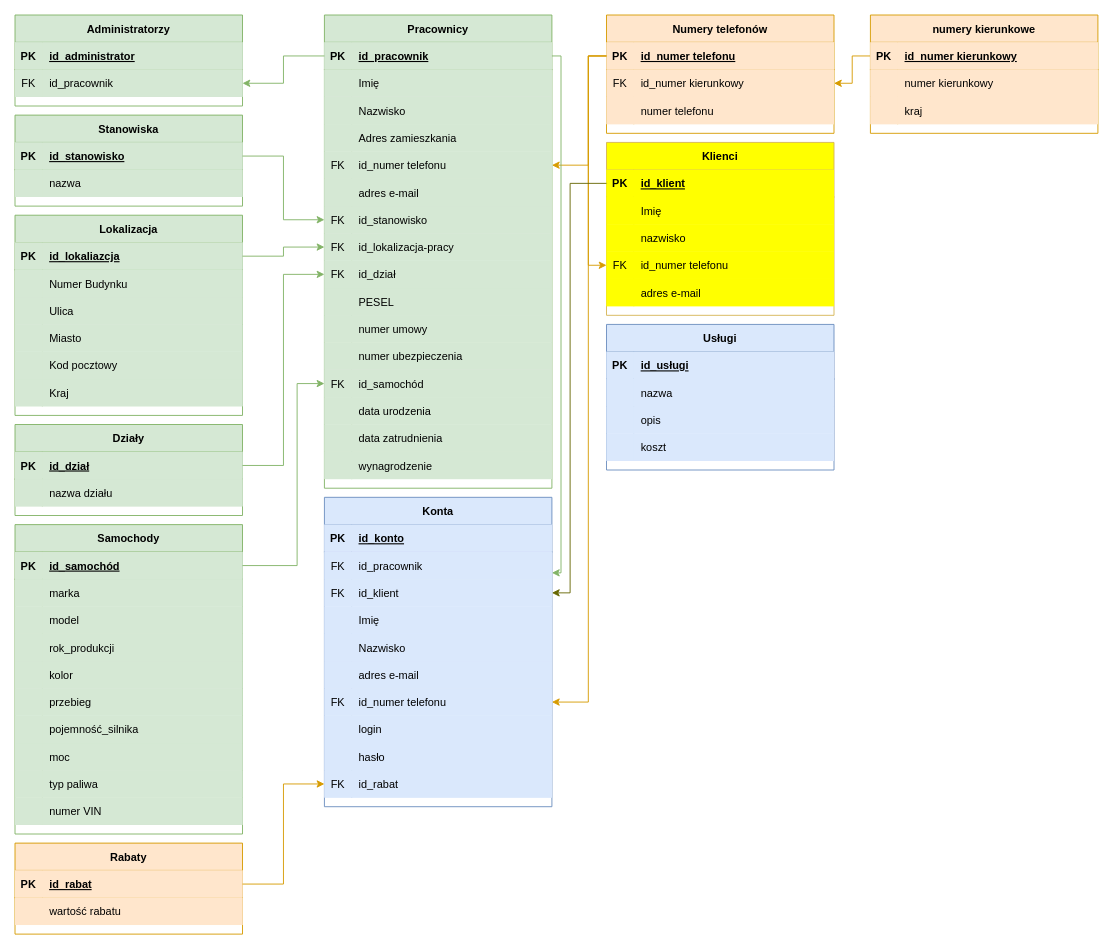
Above: SecurIT.drawio in mostekd/secur-it (draw.io), before the change. Source tidied: cells renumbered, new cells numbered last; positions are measured from the earlier drawing's top-left corner, leaving out a move shared by most shapes. Both pictures are drawn from the tidied source at 91%, with x=0, y=0 at pixel (15, 15).
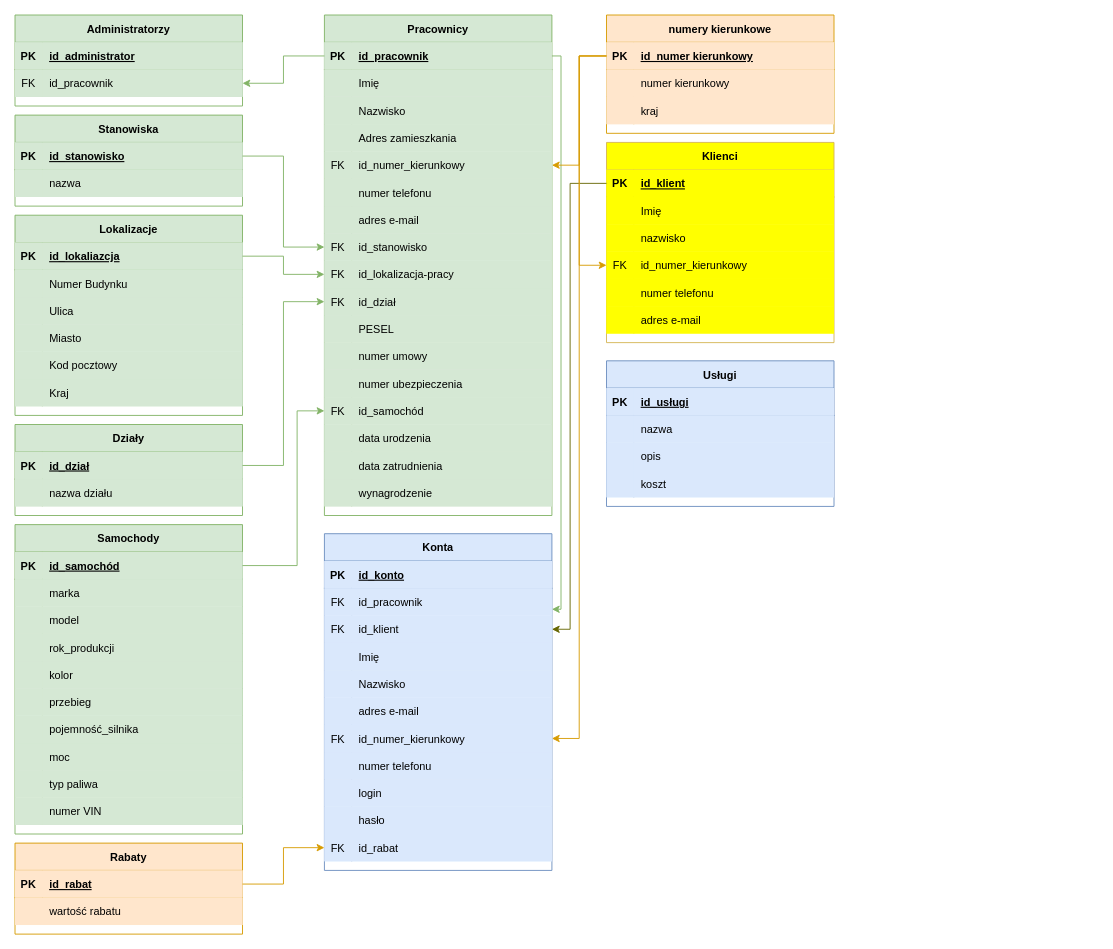
The same diagram, later.

The change refers to these unchanged cells:
```xml
<mxCell id="10" style="shape=partialRectangle;fillColor=#d5e8d4;points=[[0,0.5],[1,0.5]];portConstraint=eastwest;top=0;left=0;right=0;bottom=1;strokeColor=#82b366;" parent="9" vertex="1">
  <mxGeometry y="30" width="250" height="30" as="geometry" />
</mxCell>
<mxCell id="22" style="shape=partialRectangle;fillColor=#d5e8d4;points=[[0,0.5],[1,0.5]];portConstraint=eastwest;top=0;left=0;right=0;bottom=0;strokeColor=#82b366;" parent="9" vertex="1">
  <mxGeometry y="150" width="250" height="30" as="geometry" />
</mxCell>
<mxCell id="96" style="shape=partialRectangle;fillColor=#d5e8d4;points=[[0,0.5],[1,0.5]];portConstraint=eastwest;top=0;left=0;right=0;bottom=1;strokeColor=#82b366;" parent="95" vertex="1">
  <mxGeometry y="30" width="250" height="30" as="geometry" />
</mxCell>
<mxCell id="140" style="shape=partialRectangle;fillColor=#ffff00;points=[[0,0.5],[1,0.5]];portConstraint=eastwest;top=0;left=0;right=0;bottom=1;strokeColor=#d6b656;" parent="139" vertex="1">
  <mxGeometry y="30" width="250" height="30" as="geometry" />
</mxCell>
<mxCell id="180" style="shape=partialRectangle;fillColor=#dae8fc;points=[[0,0.5],[1,0.5]];portConstraint=eastwest;top=0;left=0;right=0;bottom=0;strokeColor=#6c8ebf;" parent="176" vertex="1">
  <mxGeometry y="60" width="250" height="30" as="geometry" />
</mxCell>
<mxCell id="183" style="shape=partialRectangle;fillColor=#dae8fc;points=[[0,0.5],[1,0.5]];portConstraint=eastwest;top=0;left=0;right=0;bottom=0;strokeColor=#6c8ebf;" parent="176" vertex="1">
  <mxGeometry y="90" width="250" height="30" as="geometry" />
</mxCell>
<mxCell id="195" style="shape=partialRectangle;fillColor=#dae8fc;points=[[0,0.5],[1,0.5]];portConstraint=eastwest;top=0;left=0;right=0;bottom=0;strokeColor=#6c8ebf;" parent="176" vertex="1">
  <mxGeometry y="210" width="250" height="30" as="geometry" />
</mxCell>
<mxCell id="208" style="shape=partialRectangle;fillColor=#ffe6cc;points=[[0,0.5],[1,0.5]];portConstraint=eastwest;top=0;left=0;right=0;bottom=1;strokeColor=#d79b00;" parent="207" vertex="1">
  <mxGeometry y="30" width="250" height="30" as="geometry" />
</mxCell>
```

Change to the diagram source:
```diff
@@
     <mxCell id="9" value="Pracownicy" style="shape=table;startSize=30;childLayout=tableLayout;rowLines=0;fontStyle=1;align=center;fillColor=#d5e8d4;strokeColor=#82b366;" parent="1" vertex="1">
-      <mxGeometry x="340" width="250" height="520" as="geometry" />
+      <mxGeometry x="340" width="250" height="550" as="geometry" />
     </mxCell>
@@
-    <mxCell id="24" value="id_numer telefonu" style="shape=partialRectangle;overflow=hidden;fillColor=#d5e8d4;top=0;left=0;bottom=0;right=0;align=left;spacingLeft=6;strokeColor=#82b366;" parent="22" vertex="1">
+    <mxCell id="24" value="id_numer_kierunkowy" style="shape=partialRectangle;overflow=hidden;fillColor=#d5e8d4;top=0;left=0;bottom=0;right=0;align=left;spacingLeft=6;strokeColor=#82b366;" parent="22" vertex="1">
       <mxGeometry x="30" width="220" height="30" as="geometry" />
     </mxCell>
+    <mxCell id="221" style="shape=partialRectangle;fillColor=#d5e8d4;top=0;left=0;right=0;bottom=0;strokeColor=#82b366;" parent="9" vertex="1">
+      <mxGeometry y="180" width="250" height="30" as="geometry" />
+    </mxCell>
+    <mxCell id="222" style="shape=partialRectangle;overflow=hidden;fillColor=#d5e8d4;top=0;left=0;bottom=0;right=0;strokeColor=#82b366;" parent="221" vertex="1">
+      <mxGeometry width="30" height="30" as="geometry" />
+    </mxCell>
+    <mxCell id="223" value="numer telefonu" style="shape=partialRectangle;overflow=hidden;fillColor=#d5e8d4;top=0;left=0;bottom=0;right=0;align=left;spacingLeft=6;strokeColor=#82b366;" parent="221" vertex="1">
+      <mxGeometry x="30" width="220" height="30" as="geometry" />
+    </mxCell>
     <mxCell id="25" style="shape=partialRectangle;fillColor=#d5e8d4;top=0;left=0;right=0;bottom=0;strokeColor=#82b366;" parent="9" vertex="1">
-      <mxGeometry y="180" width="250" height="30" as="geometry" />
+      <mxGeometry y="210" width="250" height="30" as="geometry" />
     </mxCell>
@@
     <mxCell id="28" style="shape=partialRectangle;fillColor=#d5e8d4;points=[[0,0.5],[1,0.5]];portConstraint=eastwest;top=0;left=0;right=0;bottom=0;strokeColor=#82b366;" parent="9" vertex="1">
-      <mxGeometry y="210" width="250" height="30" as="geometry" />
+      <mxGeometry y="240" width="250" height="30" as="geometry" />
     </mxCell>
@@
     <mxCell id="31" style="shape=partialRectangle;fillColor=#d5e8d4;points=[[0,0.5],[1,0.5]];portConstraint=eastwest;top=0;left=0;right=0;bottom=0;strokeColor=#82b366;" parent="9" vertex="1">
-      <mxGeometry y="240" width="250" height="30" as="geometry" />
+      <mxGeometry y="270" width="250" height="30" as="geometry" />
     </mxCell>
@@
     <mxCell id="34" style="shape=partialRectangle;fillColor=#d5e8d4;points=[[0,0.5],[1,0.5]];portConstraint=eastwest;top=0;left=0;right=0;bottom=0;strokeColor=#82b366;" parent="9" vertex="1">
-      <mxGeometry y="270" width="250" height="30" as="geometry" />
+      <mxGeometry y="300" width="250" height="30" as="geometry" />
     </mxCell>
@@
     <mxCell id="37" style="shape=partialRectangle;fillColor=#d5e8d4;top=0;left=0;right=0;bottom=0;strokeColor=#82b366;" parent="9" vertex="1">
-      <mxGeometry y="300" width="250" height="30" as="geometry" />
+      <mxGeometry y="330" width="250" height="30" as="geometry" />
     </mxCell>
@@
     <mxCell id="40" style="shape=partialRectangle;fillColor=#d5e8d4;top=0;left=0;right=0;bottom=0;strokeColor=#82b366;" parent="9" vertex="1">
-      <mxGeometry y="330" width="250" height="30" as="geometry" />
+      <mxGeometry y="360" width="250" height="30" as="geometry" />
     </mxCell>
@@
     <mxCell id="43" style="shape=partialRectangle;fillColor=#d5e8d4;top=0;left=0;right=0;bottom=0;strokeColor=#82b366;" parent="9" vertex="1">
-      <mxGeometry y="360" width="250" height="30" as="geometry" />
+      <mxGeometry y="390" width="250" height="30" as="geometry" />
     </mxCell>
@@
     <mxCell id="46" style="shape=partialRectangle;fillColor=#d5e8d4;points=[[0,0.5],[1,0.5]];portConstraint=eastwest;top=0;left=0;right=0;bottom=0;strokeColor=#82b366;" parent="9" vertex="1">
-      <mxGeometry y="390" width="250" height="30" as="geometry" />
+      <mxGeometry y="420" width="250" height="30" as="geometry" />
     </mxCell>
@@
     <mxCell id="49" style="shape=partialRectangle;fillColor=#d5e8d4;top=0;left=0;right=0;bottom=0;strokeColor=#82b366;" parent="9" vertex="1">
-      <mxGeometry y="420" width="250" height="30" as="geometry" />
+      <mxGeometry y="450" width="250" height="30" as="geometry" />
     </mxCell>
@@
     <mxCell id="52" style="shape=partialRectangle;fillColor=#d5e8d4;top=0;left=0;right=0;bottom=0;strokeColor=#82b366;" parent="9" vertex="1">
-      <mxGeometry y="450" width="250" height="30" as="geometry" />
+      <mxGeometry y="480" width="250" height="30" as="geometry" />
     </mxCell>
@@
     <mxCell id="55" style="shape=partialRectangle;fillColor=#d5e8d4;top=0;left=0;right=0;bottom=0;strokeColor=#82b366;" parent="9" vertex="1">
-      <mxGeometry y="480" width="250" height="30" as="geometry" />
+      <mxGeometry y="510" width="250" height="30" as="geometry" />
     </mxCell>
@@
-    <mxCell id="67" value="Lokalizacja" style="shape=table;startSize=30;childLayout=tableLayout;rowLines=0;fontStyle=1;align=center;fillColor=#d5e8d4;strokeColor=#82b366;" parent="1" vertex="1">
+    <mxCell id="67" value="Lokalizacje" style="shape=table;startSize=30;childLayout=tableLayout;rowLines=0;fontStyle=1;align=center;fillColor=#d5e8d4;strokeColor=#82b366;" parent="1" vertex="1">
       <mxGeometry y="220" width="250" height="220" as="geometry" />
     </mxCell>
@@
     <mxCell id="126" style="edgeStyle=orthogonalEdgeStyle;rounded=0;jettySize=auto;html=1;exitX=1;exitY=0.5;exitDx=0;exitDy=0;entryX=0;entryY=0.5;entryDx=0;entryDy=0;fillColor=#d5e8d4;strokeColor=#82b366;" parent="1" edge="1" source="96" target="46">
       <mxGeometry relative="1" as="geometry">
         <Array as="points">
           <mxPoint x="310" y="605" />
-          <mxPoint x="310" y="405" />
+          <mxPoint x="310" y="435" />
         </Array>
       </mxGeometry>
     </mxCell>
-    <mxCell id="127" value="Numery telefonów" style="shape=table;startSize=30;childLayout=tableLayout;rowLines=0;fontStyle=1;align=center;fillColor=#ffe6cc;strokeColor=#d79b00;" parent="1" vertex="1">
-      <mxGeometry x="650" width="250" height="130" as="geometry" />
-    </mxCell>
-    <mxCell id="128" style="shape=partialRectangle;fillColor=#ffe6cc;points=[[0,0.5],[1,0.5]];portConstraint=eastwest;top=0;left=0;right=0;bottom=1;strokeColor=#d79b00;" parent="127" vertex="1">
-      <mxGeometry y="30" width="250" height="30" as="geometry" />
-    </mxCell>
-    <mxCell id="129" value="PK" style="shape=partialRectangle;overflow=hidden;fillColor=#ffe6cc;top=0;left=0;bottom=0;right=0;fontStyle=1;strokeColor=#d79b00;" parent="128" vertex="1">
-      <mxGeometry width="30" height="30" as="geometry" />
-    </mxCell>
-    <mxCell id="130" value="id_numer telefonu" style="shape=partialRectangle;overflow=hidden;fillColor=#ffe6cc;top=0;left=0;bottom=0;right=0;align=left;spacingLeft=6;fontStyle=5;strokeColor=#d79b00;" parent="128" vertex="1">
-      <mxGeometry x="30" width="220" height="30" as="geometry" />
-    </mxCell>
-    <mxCell id="131" style="shape=partialRectangle;fillColor=#ffe6cc;points=[[0,0.5],[1,0.5]];portConstraint=eastwest;top=0;left=0;right=0;bottom=0;strokeColor=#d79b00;" parent="127" vertex="1">
-      <mxGeometry y="60" width="250" height="30" as="geometry" />
-    </mxCell>
-    <mxCell id="132" value="FK" style="shape=partialRectangle;overflow=hidden;fillColor=#ffe6cc;top=0;left=0;bottom=0;right=0;strokeColor=#d79b00;" parent="131" vertex="1">
-      <mxGeometry width="30" height="30" as="geometry" />
-    </mxCell>
-    <mxCell id="133" value="id_numer kierunkowy" style="shape=partialRectangle;overflow=hidden;fillColor=#ffe6cc;top=0;left=0;bottom=0;right=0;align=left;spacingLeft=6;strokeColor=#d79b00;" parent="131" vertex="1">
-      <mxGeometry x="30" width="220" height="30" as="geometry" />
-    </mxCell>
-    <mxCell id="134" style="shape=partialRectangle;fillColor=#ffe6cc;top=0;left=0;right=0;bottom=0;strokeColor=#d79b00;" parent="127" vertex="1">
-      <mxGeometry y="90" width="250" height="30" as="geometry" />
-    </mxCell>
-    <mxCell id="135" style="shape=partialRectangle;overflow=hidden;fillColor=#ffe6cc;top=0;left=0;bottom=0;right=0;strokeColor=#d79b00;" parent="134" vertex="1">
-      <mxGeometry width="30" height="30" as="geometry" />
-    </mxCell>
-    <mxCell id="136" value="numer telefonu" style="shape=partialRectangle;overflow=hidden;fillColor=#ffe6cc;top=0;left=0;bottom=0;right=0;align=left;spacingLeft=6;strokeColor=#d79b00;" parent="134" vertex="1">
-      <mxGeometry x="30" width="220" height="30" as="geometry" />
-    </mxCell>
-    <mxCell id="137" style="edgeStyle=orthogonalEdgeStyle;rounded=0;jettySize=auto;html=1;exitX=0;exitY=0.5;exitDx=0;exitDy=0;fillColor=#ffe6cc;strokeColor=#d79b00;" parent="1" edge="1" source="128" target="22">
-      <mxGeometry relative="1" as="geometry">
-        <Array as="points">
-          <mxPoint x="630" y="45" />
-          <mxPoint x="630" y="165" />
-        </Array>
-      </mxGeometry>
-    </mxCell>
-    <mxCell id="138" style="edgeStyle=orthogonalEdgeStyle;rounded=0;jettySize=auto;html=1;exitX=0;exitY=0.5;exitDx=0;exitDy=0;entryX=1;entryY=0.5;entryDx=0;entryDy=0;fillColor=#ffe6cc;strokeColor=#d79b00;" parent="1" edge="1" source="208" target="131">
-      <mxGeometry relative="1" as="geometry" />
-    </mxCell>
     <mxCell id="139" value="Klienci" style="shape=table;startSize=30;childLayout=tableLayout;rowLines=0;fontStyle=1;align=center;fillColor=#ffff00;strokeColor=#d6b656;" parent="1" vertex="1">
-      <mxGeometry x="650" y="140" width="250" height="190" as="geometry" />
+      <mxGeometry x="650" y="140" width="250" height="220" as="geometry" />
     </mxCell>
@@
+    <mxCell id="224" style="shape=partialRectangle;fillColor=#ffff00;points=[[0,0.5],[1,0.5]];portConstraint=eastwest;top=0;left=0;right=0;bottom=0;strokeColor=#d6b656;" parent="139" vertex="1">
+      <mxGeometry y="120" width="250" height="30" as="geometry" />
+    </mxCell>
+    <mxCell id="132" value="FK" style="shape=partialRectangle;overflow=hidden;fillColor=#ffff00;top=0;left=0;bottom=0;right=0;strokeColor=#d6b656;" parent="224" vertex="1">
+      <mxGeometry width="30" height="30" as="geometry" />
+    </mxCell>
+    <mxCell id="225" value="id_numer_kierunkowy" style="shape=partialRectangle;overflow=hidden;fillColor=#ffff00;top=0;left=0;bottom=0;right=0;align=left;spacingLeft=6;strokeColor=#d6b656;" parent="224" vertex="1">
+      <mxGeometry x="30" width="220" height="30" as="geometry" />
+    </mxCell>
     <mxCell id="149" style="shape=partialRectangle;fillColor=#ffff00;points=[[0,0.5],[1,0.5]];portConstraint=eastwest;top=0;left=0;right=0;bottom=0;strokeColor=#d6b656;" parent="139" vertex="1">
-      <mxGeometry y="120" width="250" height="30" as="geometry" />
+      <mxGeometry y="150" width="250" height="30" as="geometry" />
     </mxCell>
-    <mxCell id="150" value="FK" style="shape=partialRectangle;overflow=hidden;fillColor=#ffff00;top=0;left=0;bottom=0;right=0;strokeColor=#d6b656;" parent="149" vertex="1">
+    <mxCell id="150" style="shape=partialRectangle;overflow=hidden;fillColor=#ffff00;top=0;left=0;bottom=0;right=0;strokeColor=#d6b656;" parent="149" vertex="1">
       <mxGeometry width="30" height="30" as="geometry" />
     </mxCell>
-    <mxCell id="151" value="id_numer telefonu" style="shape=partialRectangle;overflow=hidden;fillColor=#ffff00;top=0;left=0;bottom=0;right=0;align=left;spacingLeft=6;strokeColor=#d6b656;" parent="149" vertex="1">
+    <mxCell id="151" value="numer telefonu" style="shape=partialRectangle;overflow=hidden;fillColor=#ffff00;top=0;left=0;bottom=0;right=0;align=left;spacingLeft=6;strokeColor=#d6b656;" parent="149" vertex="1">
       <mxGeometry x="30" width="220" height="30" as="geometry" />
     </mxCell>
     <mxCell id="152" style="shape=partialRectangle;fillColor=#ffff00;top=0;left=0;right=0;bottom=0;strokeColor=#d6b656;" parent="139" vertex="1">
-      <mxGeometry y="150" width="250" height="30" as="geometry" />
+      <mxGeometry y="180" width="250" height="30" as="geometry" />
     </mxCell>
@@
-    <mxCell id="162" style="edgeStyle=orthogonalEdgeStyle;rounded=0;jettySize=auto;html=1;exitX=0;exitY=0.5;exitDx=0;exitDy=0;entryX=0;entryY=0.5;entryDx=0;entryDy=0;fillColor=#ffe6cc;strokeColor=#d79b00;" parent="1" edge="1" source="128" target="149">
-      <mxGeometry relative="1" as="geometry">
-        <Array as="points">
-          <mxPoint x="630" y="45" />
-          <mxPoint x="630" y="275" />
-        </Array>
-      </mxGeometry>
-    </mxCell>
     <mxCell id="163" value="Usługi" style="shape=table;startSize=30;childLayout=tableLayout;rowLines=0;fontStyle=1;align=center;fillColor=#dae8fc;strokeColor=#6c8ebf;" parent="1" vertex="1">
-      <mxGeometry x="650" y="340" width="250" height="160" as="geometry" />
+      <mxGeometry x="650" y="380" width="250" height="160" as="geometry" />
     </mxCell>
@@
     <mxCell id="176" value="Konta" style="shape=table;startSize=30;childLayout=tableLayout;rowLines=0;fontStyle=1;align=center;fillColor=#dae8fc;strokeColor=#6c8ebf;" parent="1" vertex="1">
-      <mxGeometry x="340" y="530" width="250" height="340" as="geometry" />
+      <mxGeometry x="340" y="570" width="250" height="370" as="geometry" />
     </mxCell>
@@
-    <mxCell id="197" value="id_numer telefonu" style="shape=partialRectangle;overflow=hidden;fillColor=#dae8fc;top=0;left=0;bottom=0;right=0;align=left;spacingLeft=6;strokeColor=#6c8ebf;" parent="195" vertex="1">
+    <mxCell id="197" value="id_numer_kierunkowy" style="shape=partialRectangle;overflow=hidden;fillColor=#dae8fc;top=0;left=0;bottom=0;right=0;align=left;spacingLeft=6;strokeColor=#6c8ebf;" parent="195" vertex="1">
       <mxGeometry x="30" width="220" height="30" as="geometry" />
     </mxCell>
+    <mxCell id="226" style="shape=partialRectangle;fillColor=#dae8fc;top=0;left=0;right=0;bottom=0;strokeColor=#6c8ebf;" parent="176" vertex="1">
+      <mxGeometry y="240" width="250" height="30" as="geometry" />
+    </mxCell>
+    <mxCell id="227" style="shape=partialRectangle;overflow=hidden;fillColor=#dae8fc;top=0;left=0;bottom=0;right=0;strokeColor=#6c8ebf;" parent="226" vertex="1">
+      <mxGeometry width="30" height="30" as="geometry" />
+    </mxCell>
+    <mxCell id="228" value="numer telefonu" style="shape=partialRectangle;overflow=hidden;fillColor=#dae8fc;top=0;left=0;bottom=0;right=0;align=left;spacingLeft=6;strokeColor=#6c8ebf;" parent="226" vertex="1">
+      <mxGeometry x="30" width="220" height="30" as="geometry" />
+    </mxCell>
     <mxCell id="198" style="shape=partialRectangle;fillColor=#dae8fc;top=0;left=0;right=0;bottom=0;strokeColor=#6c8ebf;" parent="176" vertex="1">
-      <mxGeometry y="240" width="250" height="30" as="geometry" />
+      <mxGeometry y="270" width="250" height="30" as="geometry" />
     </mxCell>
@@
     <mxCell id="201" style="shape=partialRectangle;fillColor=#dae8fc;top=0;left=0;right=0;bottom=0;strokeColor=#6c8ebf;" parent="176" vertex="1">
-      <mxGeometry y="270" width="250" height="30" as="geometry" />
+      <mxGeometry y="300" width="250" height="30" as="geometry" />
     </mxCell>
@@
     <mxCell id="204" style="shape=partialRectangle;fillColor=#dae8fc;points=[[0,0.5],[1,0.5]];portConstraint=eastwest;top=0;left=0;right=0;bottom=0;strokeColor=#6c8ebf;" parent="176" vertex="1">
-      <mxGeometry y="300" width="250" height="30" as="geometry" />
+      <mxGeometry y="330" width="250" height="30" as="geometry" />
     </mxCell>
@@
     <mxCell id="207" value="numery kierunkowe" style="shape=table;startSize=30;childLayout=tableLayout;rowLines=0;fontStyle=1;align=center;fillColor=#ffe6cc;strokeColor=#d79b00;" parent="1" vertex="1">
-      <mxGeometry x="940" width="250" height="130" as="geometry" />
+      <mxGeometry x="650" width="250" height="130" as="geometry" />
     </mxCell>
@@
-    <mxCell id="217" style="edgeStyle=orthogonalEdgeStyle;rounded=0;jettySize=auto;html=1;exitX=0;exitY=0.5;exitDx=0;exitDy=0;fillColor=#ffe6cc;strokeColor=#d79b00;" parent="1" edge="1" source="128" target="195">
-      <mxGeometry relative="1" as="geometry">
-        <Array as="points">
-          <mxPoint x="630" y="45" />
-          <mxPoint x="630" y="755" />
-        </Array>
-      </mxGeometry>
-    </mxCell>
     <mxCell id="218" style="edgeStyle=orthogonalEdgeStyle;rounded=0;jettySize=auto;html=1;exitX=0;exitY=0.5;exitDx=0;exitDy=0;strokeColor=#666600;entryX=1;entryY=0.5;entryDx=0;entryDy=0;" parent="1" edge="1" source="140" target="183">
       <mxGeometry relative="1" as="geometry">
         <Array as="points">
           <mxPoint x="610" y="185" />
-          <mxPoint x="610" y="635" />
+          <mxPoint x="610" y="675" />
         </Array>
       </mxGeometry>
     </mxCell>
     <mxCell id="219" style="edgeStyle=orthogonalEdgeStyle;rounded=0;jettySize=auto;html=1;exitX=1;exitY=0.5;exitDx=0;exitDy=0;entryX=1;entryY=0.767;entryDx=0;entryDy=0;fillColor=#d5e8d4;strokeColor=#82b366;entryPerimeter=0;" parent="1" edge="1" source="10" target="180">
       <mxGeometry relative="1" as="geometry">
         <Array as="points">
           <mxPoint x="600" y="45" />
-          <mxPoint x="600" y="613" />
+          <mxPoint x="600" y="653" />
         </Array>
       </mxGeometry>
     </mxCell>
@@
+    <mxCell id="229" style="edgeStyle=orthogonalEdgeStyle;rounded=0;jettySize=auto;html=1;exitX=0;exitY=0.5;exitDx=0;exitDy=0;entryX=1;entryY=0.5;entryDx=0;entryDy=0;fillColor=#ffe6cc;strokeColor=#d79b00;" parent="1" edge="1" source="208" target="22">
+      <mxGeometry relative="1" as="geometry" />
+    </mxCell>
+    <mxCell id="230" style="edgeStyle=orthogonalEdgeStyle;rounded=0;jettySize=auto;html=1;exitX=0;exitY=0.5;exitDx=0;exitDy=0;entryX=1;entryY=0.5;entryDx=0;entryDy=0;fillColor=#ffe6cc;strokeColor=#d79b00;" parent="1" edge="1" source="208" target="195">
+      <mxGeometry relative="1" as="geometry" />
+    </mxCell>
+    <mxCell id="231" style="edgeStyle=orthogonalEdgeStyle;rounded=0;jettySize=auto;html=1;exitX=0;exitY=0.5;exitDx=0;exitDy=0;entryX=0;entryY=0.5;entryDx=0;entryDy=0;fillColor=#ffe6cc;strokeColor=#d79b00;" parent="1" edge="1" source="208" target="224">
+      <mxGeometry relative="1" as="geometry">
+        <Array as="points">
+          <mxPoint x="620" y="45" />
+          <mxPoint x="620" y="275" />
+        </Array>
+      </mxGeometry>
+    </mxCell>
```
